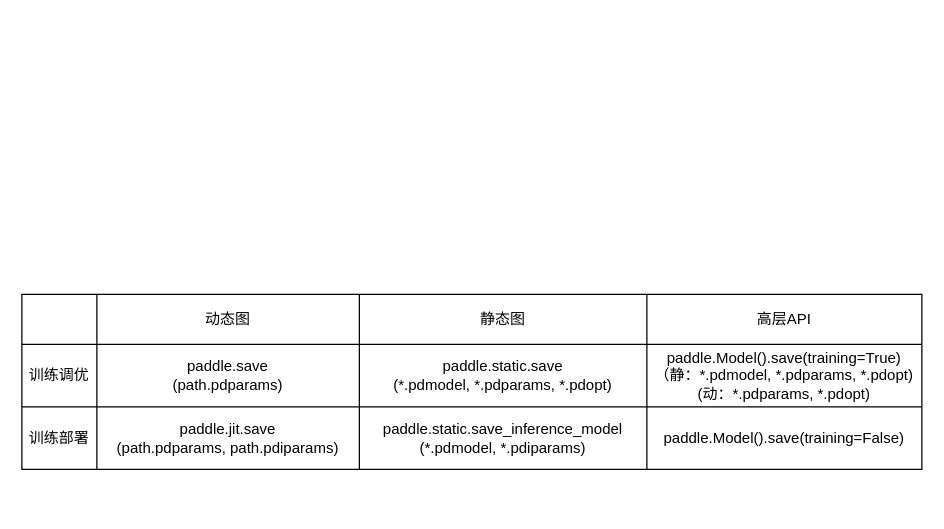
The draw.io diagram page "save-result" (1 of 2) of new_save_load.drawio in chenwhql/diagrams, before the edit. Source tidied: cells renumbered, new cells numbered last; positions are measured from the earlier drawing's top-left corner, leaving out a move shared by most shapes. Both pictures are drawn from the tidied source at 125%, with x=0, y=0 at pixel (21, 294).
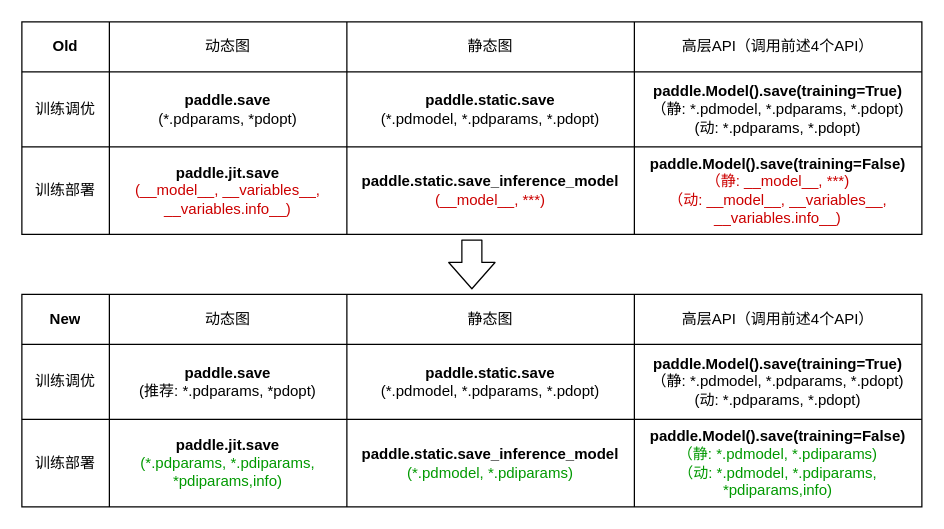
The same diagram, later.

The change refers to these unchanged cells:
```xml
<mxCell id="3" style="shape=partialRectangle;html=1;whiteSpace=wrap;fillColor=none;top=0;left=0;bottom=0;right=0;" parent="2" vertex="1">
  <mxGeometry width="720" height="40" as="geometry" />
</mxCell>
```

Diff of the diagram source:
```diff
@@
+    <mxCell id="18" style="shape=table;html=1;whiteSpace=wrap;startSize=0;childLayout=tableLayout;" parent="1" vertex="1">
+      <mxGeometry y="-218" width="720" height="170" as="geometry" />
+    </mxCell>
+    <mxCell id="19" style="shape=partialRectangle;html=1;whiteSpace=wrap;fillColor=none;top=0;left=0;bottom=0;right=0;" parent="18" vertex="1">
+      <mxGeometry width="720" height="40" as="geometry" />
+    </mxCell>
+    <mxCell id="20" value="Old" style="shape=partialRectangle;html=1;whiteSpace=wrap;overflow=hidden;fillColor=none;top=0;left=0;bottom=0;right=0;fontStyle=1;" parent="19" vertex="1">
+      <mxGeometry width="70" height="40" as="geometry" />
+    </mxCell>
+    <mxCell id="21" value="动态图" style="shape=partialRectangle;html=1;whiteSpace=wrap;overflow=hidden;fillColor=none;top=0;left=0;bottom=0;right=0;" parent="19" vertex="1">
+      <mxGeometry x="70" width="190" height="40" as="geometry" />
+    </mxCell>
+    <mxCell id="22" value="静态图" style="shape=partialRectangle;html=1;whiteSpace=wrap;overflow=hidden;fillColor=none;top=0;left=0;bottom=0;right=0;" parent="19" vertex="1">
+      <mxGeometry x="260" width="230" height="40" as="geometry" />
+    </mxCell>
+    <mxCell id="23" value="高层API（调用前述4个API）" style="shape=partialRectangle;html=1;whiteSpace=wrap;overflow=hidden;fillColor=none;top=0;left=0;bottom=0;right=0;" parent="19" vertex="1">
+      <mxGeometry x="490" width="230" height="40" as="geometry" />
+    </mxCell>
+    <mxCell id="24" style="shape=partialRectangle;html=1;whiteSpace=wrap;fillColor=none;top=0;left=0;bottom=0;right=0;" parent="18" vertex="1">
+      <mxGeometry y="40" width="720" height="60" as="geometry" />
+    </mxCell>
+    <mxCell id="25" value="训练调优" style="shape=partialRectangle;html=1;whiteSpace=wrap;overflow=hidden;fillColor=none;top=0;left=0;bottom=0;right=0;" parent="24" vertex="1">
+      <mxGeometry width="70" height="60" as="geometry" />
+    </mxCell>
+    <mxCell id="26" value="&lt;b&gt;paddle.save&lt;/b&gt;&lt;br&gt;(*.pdparams, *pdopt)" style="shape=partialRectangle;html=1;whiteSpace=wrap;overflow=hidden;fillColor=none;top=0;left=0;bottom=0;right=0;" parent="24" vertex="1">
+      <mxGeometry x="70" width="190" height="60" as="geometry" />
+    </mxCell>
+    <mxCell id="27" value="&lt;b&gt;paddle.static.save&lt;/b&gt;&lt;br&gt;(*.pdmodel, *.pdparams, *.pdopt)" style="shape=partialRectangle;html=1;whiteSpace=wrap;overflow=hidden;fillColor=none;top=0;left=0;bottom=0;right=0;" parent="24" vertex="1">
+      <mxGeometry x="260" width="230" height="60" as="geometry" />
+    </mxCell>
+    <mxCell id="28" value="&lt;b&gt;paddle.Model().save(training=True)&lt;br&gt;&lt;/b&gt;（静: *.pdmodel, *.pdparams, *.pdopt)&lt;br&gt;(动: *.pdparams, *.pdopt)" style="shape=partialRectangle;html=1;whiteSpace=wrap;overflow=hidden;fillColor=none;top=0;left=0;bottom=0;right=0;" parent="24" vertex="1">
+      <mxGeometry x="490" width="230" height="60" as="geometry" />
+    </mxCell>
+    <mxCell id="29" style="shape=partialRectangle;html=1;whiteSpace=wrap;fillColor=none;top=0;left=0;bottom=0;right=0;" parent="18" vertex="1">
+      <mxGeometry y="100" width="720" height="70" as="geometry" />
+    </mxCell>
+    <mxCell id="30" value="训练部署" style="shape=partialRectangle;html=1;whiteSpace=wrap;overflow=hidden;fillColor=none;top=0;left=0;bottom=0;right=0;" parent="29" vertex="1">
+      <mxGeometry width="70" height="70" as="geometry" />
+    </mxCell>
+    <mxCell id="31" value="&lt;b&gt;paddle.jit.save&lt;/b&gt;&lt;br&gt;&lt;font color=&quot;#cc0000&quot;&gt;(__model__, __variables__, __variables.info__)&lt;/font&gt;" style="shape=partialRectangle;html=1;whiteSpace=wrap;overflow=hidden;fillColor=none;top=0;left=0;bottom=0;right=0;" parent="29" vertex="1">
+      <mxGeometry x="70" width="190" height="70" as="geometry" />
+    </mxCell>
+    <mxCell id="32" value="&lt;b&gt;paddle.static.save_inference_model&lt;/b&gt;&lt;br&gt;&lt;font color=&quot;#cc0000&quot;&gt;(__model__, ***)&lt;/font&gt;" style="shape=partialRectangle;html=1;whiteSpace=wrap;overflow=hidden;fillColor=none;top=0;left=0;bottom=0;right=0;" parent="29" vertex="1">
+      <mxGeometry x="260" width="230" height="70" as="geometry" />
+    </mxCell>
+    <mxCell id="33" value="&lt;b&gt;paddle.Model().save(training=False)&lt;/b&gt;&lt;br&gt;&lt;font color=&quot;#cc0000&quot;&gt;（静: __model__, ***)&lt;br&gt;（动: __model__, __variables__, __variables.info__)&lt;/font&gt;" style="shape=partialRectangle;html=1;whiteSpace=wrap;overflow=hidden;fillColor=none;top=0;left=0;bottom=0;right=0;" parent="29" vertex="1">
+      <mxGeometry x="490" width="230" height="70" as="geometry" />
+    </mxCell>
+    <mxCell id="34" style="shape=flexArrow;endArrow=classic;html=1;width=16;endSize=6.67;" parent="1" edge="1">
+      <mxGeometry relative="1" as="geometry">
+        <mxPoint x="360" y="-44" as="sourcePoint" />
+        <mxPoint x="360" y="-4" as="targetPoint" />
+      </mxGeometry>
+    </mxCell>
     <mxCell id="2" style="shape=table;html=1;whiteSpace=wrap;startSize=0;childLayout=tableLayout;" parent="1" vertex="1">
-      <mxGeometry width="720" height="140" as="geometry" />
+      <mxGeometry width="720" height="170" as="geometry" />
     </mxCell>
@@
-    <mxCell id="4" style="shape=partialRectangle;html=1;whiteSpace=wrap;overflow=hidden;fillColor=none;top=0;left=0;bottom=0;right=0;" parent="3" vertex="1">
-      <mxGeometry width="60" height="40" as="geometry" />
+    <mxCell id="4" value="New" style="shape=partialRectangle;html=1;whiteSpace=wrap;overflow=hidden;fillColor=none;top=0;left=0;bottom=0;right=0;fontStyle=1;" parent="3" vertex="1">
+      <mxGeometry width="70" height="40" as="geometry" />
     </mxCell>
     <mxCell id="5" value="动态图" style="shape=partialRectangle;html=1;whiteSpace=wrap;overflow=hidden;fillColor=none;top=0;left=0;bottom=0;right=0;" parent="3" vertex="1">
-      <mxGeometry x="60" width="210" height="40" as="geometry" />
+      <mxGeometry x="70" width="190" height="40" as="geometry" />
     </mxCell>
     <mxCell id="6" value="静态图" style="shape=partialRectangle;html=1;whiteSpace=wrap;overflow=hidden;fillColor=none;top=0;left=0;bottom=0;right=0;" parent="3" vertex="1">
-      <mxGeometry x="270" width="230" height="40" as="geometry" />
+      <mxGeometry x="260" width="230" height="40" as="geometry" />
     </mxCell>
-    <mxCell id="7" value="高层API" style="shape=partialRectangle;html=1;whiteSpace=wrap;overflow=hidden;fillColor=none;top=0;left=0;bottom=0;right=0;" parent="3" vertex="1">
-      <mxGeometry x="500" width="220" height="40" as="geometry" />
+    <mxCell id="7" value="高层API（调用前述4个API）" style="shape=partialRectangle;html=1;whiteSpace=wrap;overflow=hidden;fillColor=none;top=0;left=0;bottom=0;right=0;" parent="3" vertex="1">
+      <mxGeometry x="490" width="230" height="40" as="geometry" />
     </mxCell>
     <mxCell id="8" style="shape=partialRectangle;html=1;whiteSpace=wrap;fillColor=none;top=0;left=0;bottom=0;right=0;" parent="2" vertex="1">
-      <mxGeometry y="40" width="720" height="50" as="geometry" />
+      <mxGeometry y="40" width="720" height="60" as="geometry" />
     </mxCell>
     <mxCell id="9" value="训练调优" style="shape=partialRectangle;html=1;whiteSpace=wrap;overflow=hidden;fillColor=none;top=0;left=0;bottom=0;right=0;" parent="8" vertex="1">
-      <mxGeometry width="60" height="50" as="geometry" />
+      <mxGeometry width="70" height="60" as="geometry" />
     </mxCell>
-    <mxCell id="10" value="paddle.save&lt;br&gt;(path.pdparams)" style="shape=partialRectangle;html=1;whiteSpace=wrap;overflow=hidden;fillColor=none;top=0;left=0;bottom=0;right=0;" parent="8" vertex="1">
-      <mxGeometry x="60" width="210" height="50" as="geometry" />
+    <mxCell id="10" value="&lt;b&gt;paddle.save&lt;/b&gt;&lt;br&gt;(推荐: *.pdparams, *pdopt)" style="shape=partialRectangle;html=1;whiteSpace=wrap;overflow=hidden;fillColor=none;top=0;left=0;bottom=0;right=0;" parent="8" vertex="1">
+      <mxGeometry x="70" width="190" height="60" as="geometry" />
     </mxCell>
-    <mxCell id="11" value="paddle.static.save&lt;br&gt;(*.pdmodel, *.pdparams, *.pdopt)" style="shape=partialRectangle;html=1;whiteSpace=wrap;overflow=hidden;fillColor=none;top=0;left=0;bottom=0;right=0;" parent="8" vertex="1">
-      <mxGeometry x="270" width="230" height="50" as="geometry" />
+    <mxCell id="11" value="&lt;b&gt;paddle.static.save&lt;/b&gt;&lt;br&gt;(*.pdmodel, *.pdparams, *.pdopt)" style="shape=partialRectangle;html=1;whiteSpace=wrap;overflow=hidden;fillColor=none;top=0;left=0;bottom=0;right=0;" parent="8" vertex="1">
+      <mxGeometry x="260" width="230" height="60" as="geometry" />
     </mxCell>
-    <mxCell id="12" value="paddle.Model().save(training=True)&lt;br&gt;（静：*.pdmodel, *.pdparams, *.pdopt)&lt;br&gt;(动：*.pdparams, *.pdopt)" style="shape=partialRectangle;html=1;whiteSpace=wrap;overflow=hidden;fillColor=none;top=0;left=0;bottom=0;right=0;" parent="8" vertex="1">
-      <mxGeometry x="500" width="220" height="50" as="geometry" />
+    <mxCell id="12" value="&lt;b&gt;paddle.Model().save(training=True)&lt;/b&gt;&lt;br&gt;（静: *.pdmodel, *.pdparams, *.pdopt)&lt;br&gt;(动: *.pdparams, *.pdopt)" style="shape=partialRectangle;html=1;whiteSpace=wrap;overflow=hidden;fillColor=none;top=0;left=0;bottom=0;right=0;" parent="8" vertex="1">
+      <mxGeometry x="490" width="230" height="60" as="geometry" />
     </mxCell>
     <mxCell id="13" style="shape=partialRectangle;html=1;whiteSpace=wrap;fillColor=none;top=0;left=0;bottom=0;right=0;" parent="2" vertex="1">
-      <mxGeometry y="90" width="720" height="50" as="geometry" />
+      <mxGeometry y="100" width="720" height="70" as="geometry" />
     </mxCell>
     <mxCell id="14" value="训练部署" style="shape=partialRectangle;html=1;whiteSpace=wrap;overflow=hidden;fillColor=none;top=0;left=0;bottom=0;right=0;" parent="13" vertex="1">
-      <mxGeometry width="60" height="50" as="geometry" />
+      <mxGeometry width="70" height="70" as="geometry" />
     </mxCell>
-    <mxCell id="15" value="paddle.jit.save&lt;br&gt;(path.pdparams, path.pdiparams)" style="shape=partialRectangle;html=1;whiteSpace=wrap;overflow=hidden;fillColor=none;top=0;left=0;bottom=0;right=0;" parent="13" vertex="1">
-      <mxGeometry x="60" width="210" height="50" as="geometry" />
+    <mxCell id="15" value="&lt;b&gt;paddle.jit.save&lt;/b&gt;&lt;br&gt;&lt;font color=&quot;#009900&quot;&gt;(*.pdparams, *.pdiparams, *pdiparams,info)&lt;/font&gt;" style="shape=partialRectangle;html=1;whiteSpace=wrap;overflow=hidden;fillColor=none;top=0;left=0;bottom=0;right=0;" parent="13" vertex="1">
+      <mxGeometry x="70" width="190" height="70" as="geometry" />
     </mxCell>
-    <mxCell id="16" value="paddle.static.save_inference_model&lt;br&gt;(*.pdmodel, *.pdiparams)" style="shape=partialRectangle;html=1;whiteSpace=wrap;overflow=hidden;fillColor=none;top=0;left=0;bottom=0;right=0;" parent="13" vertex="1">
-      <mxGeometry x="270" width="230" height="50" as="geometry" />
+    <mxCell id="16" value="&lt;b&gt;paddle.static.save_inference_model&lt;/b&gt;&lt;br&gt;&lt;font color=&quot;#009900&quot;&gt;(*.pdmodel, *.pdiparams)&lt;/font&gt;" style="shape=partialRectangle;html=1;whiteSpace=wrap;overflow=hidden;fillColor=none;top=0;left=0;bottom=0;right=0;" parent="13" vertex="1">
+      <mxGeometry x="260" width="230" height="70" as="geometry" />
     </mxCell>
-    <mxCell id="17" value="paddle.Model().save(training=False)" style="shape=partialRectangle;html=1;whiteSpace=wrap;overflow=hidden;fillColor=none;top=0;left=0;bottom=0;right=0;" parent="13" vertex="1">
-      <mxGeometry x="500" width="220" height="50" as="geometry" />
+    <mxCell id="17" value="&lt;b&gt;paddle.Model().save(training=False)&lt;/b&gt;&lt;br&gt;&lt;font color=&quot;#009900&quot;&gt;（静: *.pdmodel, *.pdiparams)&lt;br&gt;（动: *.pdmodel, *.pdiparams, *pdiparams,info)&lt;/font&gt;" style="shape=partialRectangle;html=1;whiteSpace=wrap;overflow=hidden;fillColor=none;top=0;left=0;bottom=0;right=0;" parent="13" vertex="1">
+      <mxGeometry x="490" width="230" height="70" as="geometry" />
     </mxCell>
```
